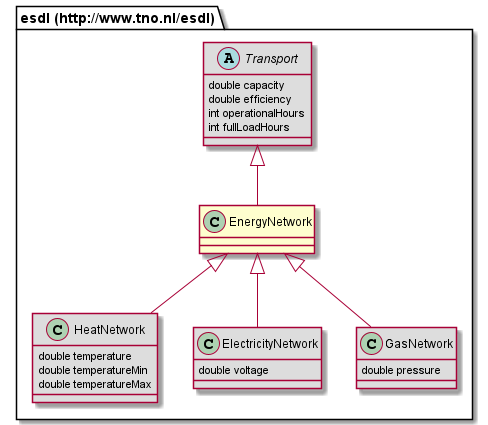
This is 687474703a2f2f7777772e746e6f2e6e6c2f6573646c/EnergyNetwork.png from EnergyTransition/energytransition.github.io, a PlantUML export, as it was before one commit.
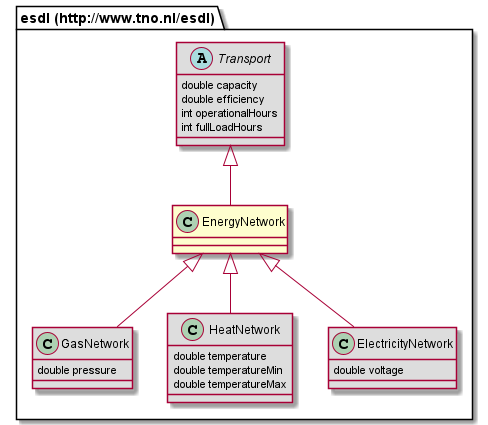
The same diagram one commit later.

Diff of the diagram source:
```diff
@@ -1,5 +1,8 @@
 @startuml
 class "esdl (http://www.tno.nl/esdl).EnergyNetwork" [[#router/doc-content/687474703a2f2f7777772e746e6f2e6e6c2f6573646c/EnergyNetwork.html{Defines an energy network. }]] {
+}
+class "esdl (http://www.tno.nl/esdl).GasNetwork" [[#router/doc-content/687474703a2f2f7777772e746e6f2e6e6c2f6573646c/GasNetwork.html{Describes an complete gas network, without detailing the complete topology. }]] #DDDDDD {
+	double pressure
 }
 class "esdl (http://www.tno.nl/esdl).HeatNetwork" [[#router/doc-content/687474703a2f2f7777772e746e6f2e6e6c2f6573646c/HeatNetwork.html{Describes an complete heat network, without detailing the complete topology. }]] #DDDDDD {
 	double temperature
@@ -15,11 +18,8 @@
 	int operationalHours
 	int fullLoadHours
 }
-class "esdl (http://www.tno.nl/esdl).GasNetwork" [[#router/doc-content/687474703a2f2f7777772e746e6f2e6e6c2f6573646c/GasNetwork.html{Describes an complete gas network, without detailing the complete topology. }]] #DDDDDD {
-	double pressure
-}
+"esdl (http://www.tno.nl/esdl).Transport" <|-- "esdl (http://www.tno.nl/esdl).EnergyNetwork"
+"esdl (http://www.tno.nl/esdl).EnergyNetwork" <|-- "esdl (http://www.tno.nl/esdl).GasNetwork"
 "esdl (http://www.tno.nl/esdl).EnergyNetwork" <|-- "esdl (http://www.tno.nl/esdl).HeatNetwork"
 "esdl (http://www.tno.nl/esdl).EnergyNetwork" <|-- "esdl (http://www.tno.nl/esdl).ElectricityNetwork"
-"esdl (http://www.tno.nl/esdl).Transport" <|-- "esdl (http://www.tno.nl/esdl).EnergyNetwork"
-"esdl (http://www.tno.nl/esdl).EnergyNetwork" <|-- "esdl (http://www.tno.nl/esdl).GasNetwork"
 @enduml
```
